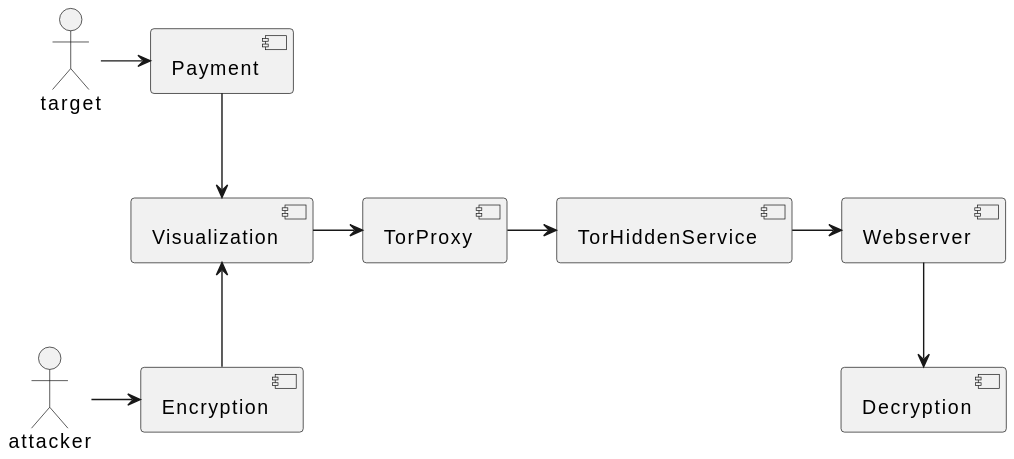
This is architecture/component_diagrams/butterfly.svg from bierschi/butterfly, a PlantUML export, as it was before one commit.
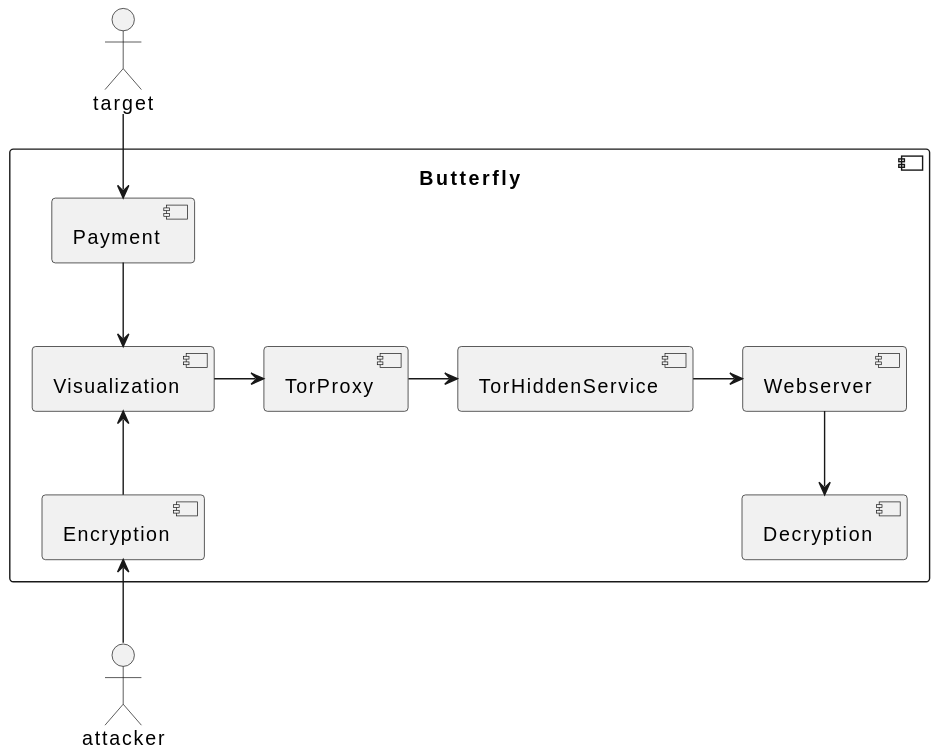
After the change.

Commit message:
Updates on component diagram for butterfly

Change to the diagram source:
```diff
@@ -1,6 +1,8 @@
 @startuml
 actor target
 actor attacker
+
+component Butterfly {
 
 component Encryption
 component Decryption
@@ -12,14 +14,17 @@
 component TorProxy
 component TorHiddenService
 
-attacker -> Encryption
+attacker -u-> Encryption
 Encryption -u-> Visualization
 
-target -> Payment
+target -d-> Payment
 Payment -d-> Visualization
 
 Visualization -> TorProxy
 TorProxy -> TorHiddenService
 TorHiddenService -> Webserver
+
 Webserver -d-> Decryption
+
+}
 @enduml
```
